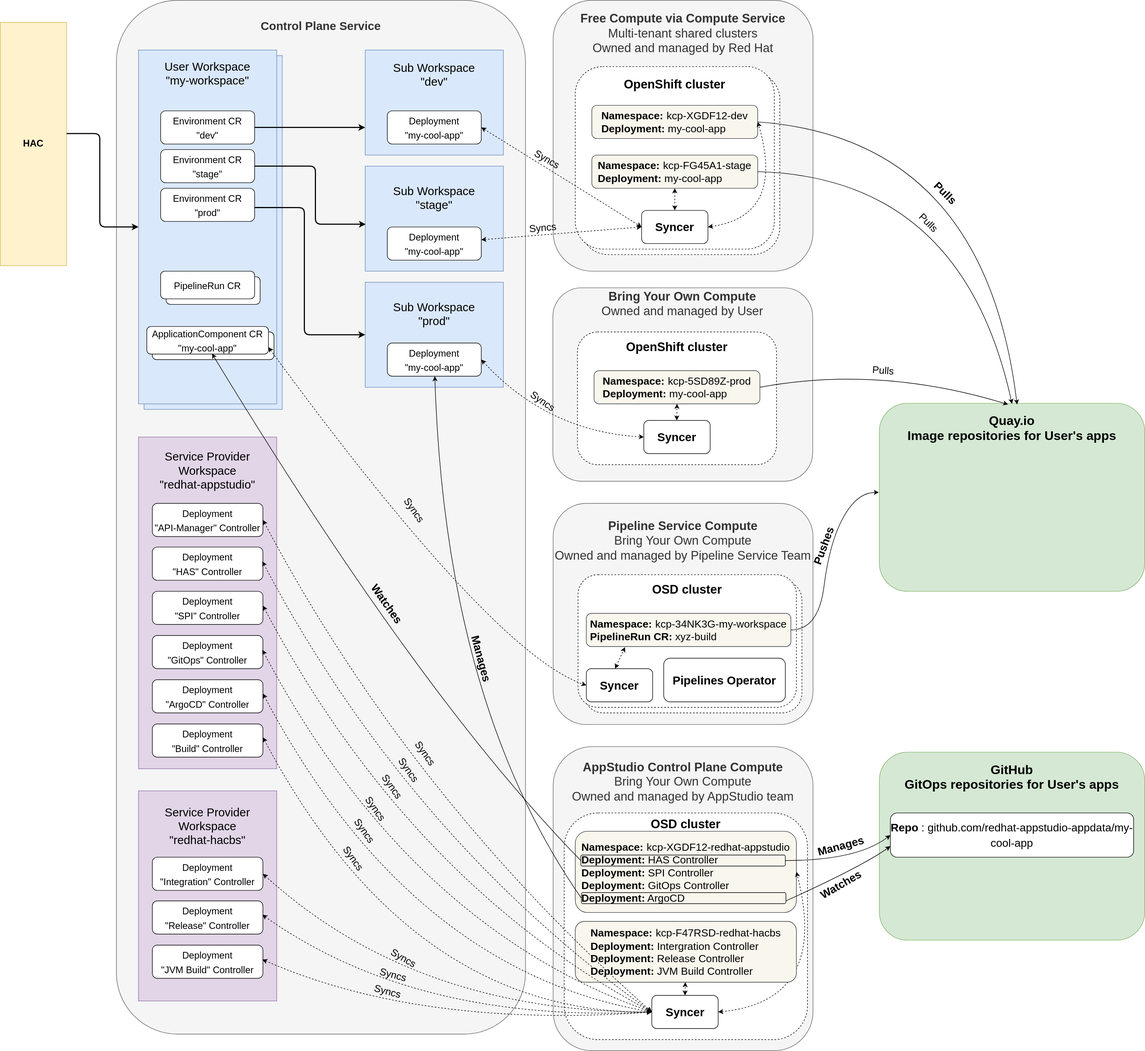
This is diagrams/appstudio-workspace-layout.drawio.svg from konflux-ci/architecture, a draw.io export, as it was before one commit. Source tidied: cells renumbered, new cells last; positions are measured from the earlier drawing's top-left corner, leaving out a move shared by most shapes.
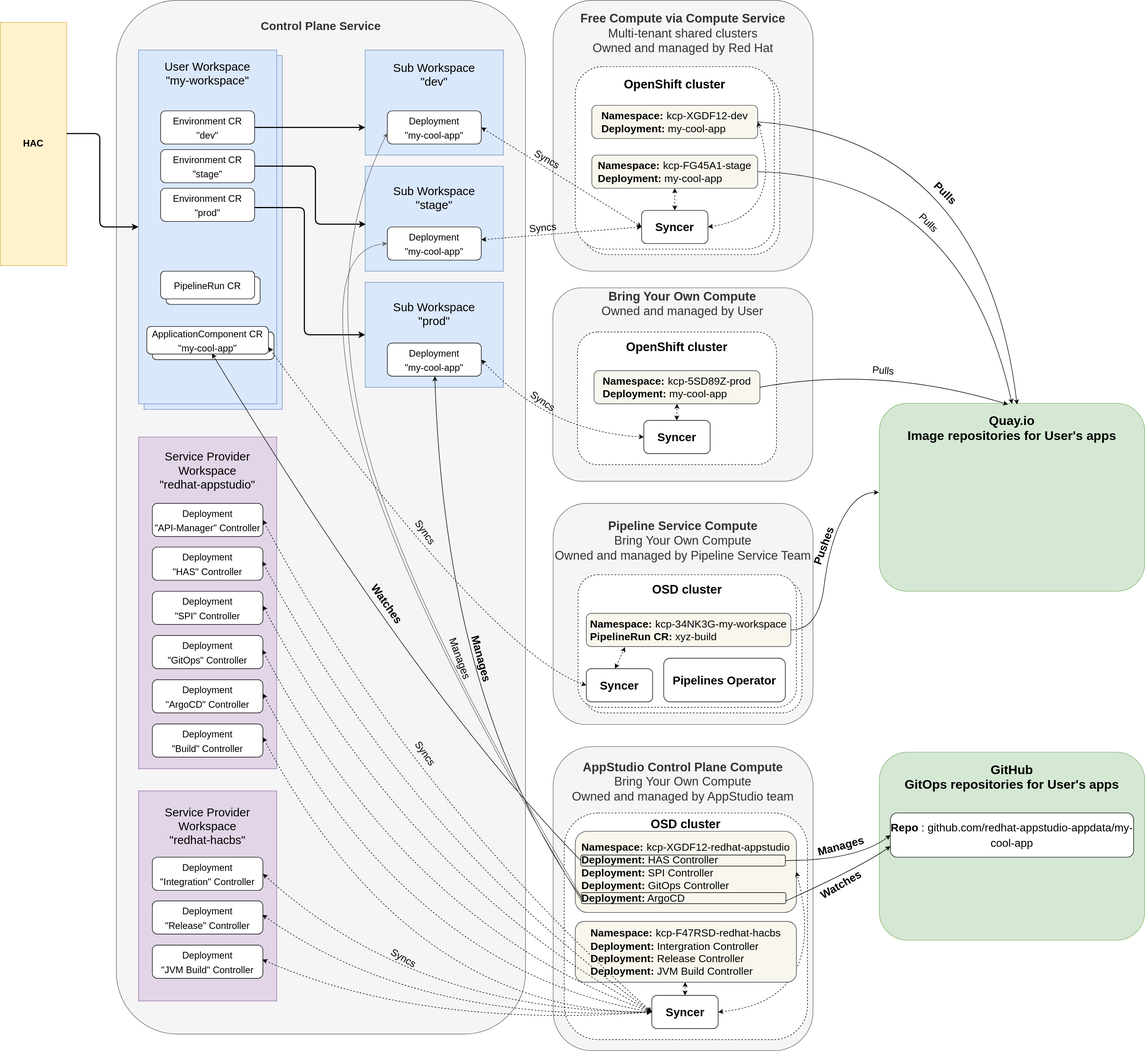
After the change.

Commit message:
More manage links from ArgoCD

The edit, as a diff of the source:
```diff
@@ -227,7 +227,7 @@
       <mxGeometry x="1200" y="1190" width="220" height="79" as="geometry" />
     </mxCell>
     <mxCell id="60" value="&lt;font style=&quot;font-size: 18px; font-weight: normal;&quot;&gt;Syncs&lt;/font&gt;" style="edgeLabel;html=1;align=center;verticalAlign=middle;shadow=0;glass=0;sketch=0;fontSize=21;rotation=55;labelBackgroundColor=none;fontStyle=1;" parent="1" vertex="1">
-      <mxGeometry x="750" y="920" as="geometry" />
+      <mxGeometry x="770" y="960" as="geometry" />
     </mxCell>
     <mxCell id="61" style="endArrow=classic;startArrow=classic;html=1;dashed=1;sketch=0;strokeWidth=1;fontSize=18;curved=1;entryX=0;entryY=0.5;entryDx=0;entryDy=0;exitX=1;exitY=0.75;exitDx=0;exitDy=0;" parent="1" edge="1" source="12" target="57">
       <mxGeometry relative="1" as="geometry">
@@ -335,30 +335,9 @@
     <mxCell id="78" value="&lt;font style=&quot;font-size: 18px; font-weight: normal;&quot;&gt;Syncs&lt;/font&gt;" style="edgeLabel;html=1;align=center;verticalAlign=middle;shadow=0;glass=0;sketch=0;fontSize=21;rotation=55;labelBackgroundColor=none;fontStyle=1;" parent="1" vertex="1">
       <mxGeometry x="770" y="1360" as="geometry" />
     </mxCell>
-    <mxCell id="79" value="&lt;font style=&quot;font-size: 18px; font-weight: normal;&quot;&gt;Syncs&lt;/font&gt;" style="edgeLabel;html=1;align=center;verticalAlign=middle;shadow=0;glass=0;sketch=0;fontSize=21;rotation=55;labelBackgroundColor=none;fontStyle=1;" parent="1" vertex="1">
-      <mxGeometry x="740" y="1390" as="geometry" />
-    </mxCell>
-    <mxCell id="80" value="&lt;font style=&quot;font-size: 18px; font-weight: normal;&quot;&gt;Syncs&lt;/font&gt;" style="edgeLabel;html=1;align=center;verticalAlign=middle;shadow=0;glass=0;sketch=0;fontSize=21;rotation=55;labelBackgroundColor=none;fontStyle=1;" parent="1" vertex="1">
-      <mxGeometry x="710" y="1420" as="geometry" />
-    </mxCell>
-    <mxCell id="81" value="&lt;font style=&quot;font-size: 18px; font-weight: normal;&quot;&gt;Syncs&lt;/font&gt;" style="edgeLabel;html=1;align=center;verticalAlign=middle;shadow=0;glass=0;sketch=0;fontSize=21;rotation=55;labelBackgroundColor=none;fontStyle=1;" parent="1" vertex="1">
-      <mxGeometry x="680" y="1460" as="geometry" />
-    </mxCell>
-    <mxCell id="82" value="&lt;font style=&quot;font-size: 18px; font-weight: normal;&quot;&gt;Syncs&lt;/font&gt;" style="edgeLabel;html=1;align=center;verticalAlign=middle;shadow=0;glass=0;sketch=0;fontSize=21;rotation=55;labelBackgroundColor=none;fontStyle=1;" parent="1" vertex="1">
-      <mxGeometry x="660" y="1500" as="geometry" />
-    </mxCell>
-    <mxCell id="83" value="&lt;font style=&quot;font-size: 18px; font-weight: normal;&quot;&gt;Syncs&lt;/font&gt;" style="edgeLabel;html=1;align=center;verticalAlign=middle;shadow=0;glass=0;sketch=0;fontSize=21;rotation=55;labelBackgroundColor=none;fontStyle=1;" parent="1" vertex="1">
-      <mxGeometry x="640" y="1550" as="geometry" />
-    </mxCell>
     <mxCell id="84" value="&lt;font style=&quot;font-size: 18px; font-weight: normal;&quot;&gt;Syncs&lt;/font&gt;" style="edgeLabel;html=1;align=center;verticalAlign=middle;shadow=0;glass=0;sketch=0;fontSize=21;rotation=30;labelBackgroundColor=none;fontStyle=1;" parent="1" vertex="1">
       <mxGeometry x="730" y="1730" as="geometry" />
     </mxCell>
-    <mxCell id="85" value="&lt;font style=&quot;font-size: 18px; font-weight: normal;&quot;&gt;Syncs&lt;/font&gt;" style="edgeLabel;html=1;align=center;verticalAlign=middle;shadow=0;glass=0;sketch=0;fontSize=21;rotation=15;labelBackgroundColor=none;fontStyle=1;" parent="1" vertex="1">
-      <mxGeometry x="710" y="1760" as="geometry" />
-    </mxCell>
-    <mxCell id="86" value="&lt;font style=&quot;font-size: 18px; font-weight: normal;&quot;&gt;Syncs&lt;/font&gt;" style="edgeLabel;html=1;align=center;verticalAlign=middle;shadow=0;glass=0;sketch=0;fontSize=21;rotation=15;labelBackgroundColor=none;fontStyle=1;" parent="1" vertex="1">
-      <mxGeometry x="700" y="1790" as="geometry" />
-    </mxCell>
     <mxCell id="87" value="&lt;b style=&quot;font-size: 23px;&quot;&gt;Quay.io&lt;br&gt;Image repositories for User's apps&lt;br&gt;&lt;br&gt;&lt;br&gt;&lt;br&gt;&lt;br&gt;&lt;br&gt;&lt;br&gt;&lt;br&gt;&lt;br&gt;&lt;br&gt;&lt;/b&gt;" style="rounded=1;whiteSpace=wrap;html=1;shadow=0;glass=0;labelBackgroundColor=none;sketch=0;fontSize=18;fillColor=#d5e8d4;strokeColor=#82b366;" parent="1" vertex="1">
       <mxGeometry x="1590" y="729" width="480" height="340" as="geometry" />
     </mxCell>
@@ -470,5 +449,27 @@
         <mxPoint x="-0.5" y="-1.3" as="offset" />
       </mxGeometry>
     </mxCell>
+    <mxCell id="108" style="endArrow=classic;startArrow=none;html=1;sketch=0;strokeWidth=1;fontSize=18;curved=1;startFill=0;exitX=0;exitY=0.75;exitDx=0;exitDy=0;entryX=0;entryY=0.5;entryDx=0;entryDy=0;strokeColor=#666666;" parent="1" edge="1" source="103" target="17">
+      <mxGeometry relative="1" as="geometry">
+        <Array as="points">
+          <mxPoint x="700" y="1040" />
+          <mxPoint x="580" y="450" />
+        </Array>
+      </mxGeometry>
+    </mxCell>
+    <mxCell id="109" style="endArrow=classic;startArrow=none;html=1;sketch=0;strokeWidth=1;fontSize=18;curved=1;startFill=0;entryX=0.16;entryY=0.789;entryDx=0;entryDy=0;strokeColor=#666666;entryPerimeter=0;" parent="1" edge="1" target="13">
+      <mxGeometry relative="1" as="geometry">
+        <mxPoint x="1050" y="1620" as="sourcePoint" />
+        <Array as="points">
+          <mxPoint x="710" y="1050" />
+          <mxPoint x="590" y="460" />
+        </Array>
+      </mxGeometry>
+    </mxCell>
+    <mxCell id="110" value="&lt;font style=&quot;font-size: 19px;&quot;&gt;&lt;font style=&quot;font-size: 19px;&quot;&gt;Manages&lt;/font&gt;&lt;br style=&quot;font-size: 19px;&quot;&gt;&lt;/font&gt;" style="edgeLabel;html=1;align=center;verticalAlign=middle;shadow=0;glass=0;sketch=0;fontSize=19;rotation=70;labelBackgroundColor=none;fontStyle=0;" parent="1" vertex="1">
+      <mxGeometry x="830" y="1190" as="geometry">
+        <mxPoint x="-0.5" y="-1.3" as="offset" />
+      </mxGeometry>
+    </mxCell>
   </root>
 </mxGraphModel>
```
